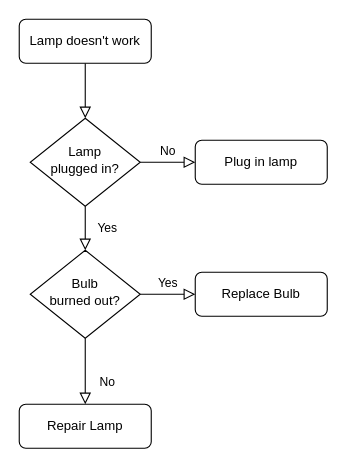
b-benedetti/Diagrama-Banco-de-Sangue keeps this draw.io diagram as Diagrama banco de sangue.drawio. Above is the earlier version. Source tidied: cells renumbered, new cells numbered last; positions are measured from the earlier drawing's top-left corner, leaving out a move shared by most shapes. Both pictures are drawn from the tidied source at 110%, with x=0, y=0 at pixel (19, 19).
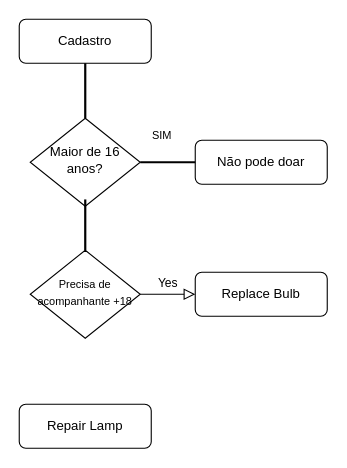
Above is the later version.

The edit, as a diff of the source:
```diff
@@
 <mxGraphModel>
   <root>
     <mxCell id="0" />
     <mxCell id="1" parent="0" />
-    <mxCell id="2" style="rounded=0;html=1;jettySize=auto;fontSize=11;endArrow=block;endFill=0;endSize=8;strokeWidth=1;shadow=0;labelBackgroundColor=none;edgeStyle=orthogonalEdgeStyle;" parent="1" edge="1" source="3" target="6">
-      <mxGeometry relative="1" as="geometry" />
-    </mxCell>
-    <mxCell id="3" value="Lamp doesn't work" style="rounded=1;whiteSpace=wrap;html=1;fontSize=12;glass=0;strokeWidth=1;shadow=0;" parent="1" vertex="1">
+    <mxCell id="3" value="Cadastro" style="rounded=1;whiteSpace=wrap;html=1;fontSize=12;glass=0;strokeWidth=1;shadow=0;" parent="1" vertex="1">
       <mxGeometry width="120" height="40" as="geometry" />
     </mxCell>
-    <mxCell id="4" value="Yes" style="rounded=0;html=1;jettySize=auto;fontSize=11;endArrow=block;endFill=0;endSize=8;strokeWidth=1;shadow=0;labelBackgroundColor=none;edgeStyle=orthogonalEdgeStyle;" parent="1" edge="1" source="6" target="10">
-      <mxGeometry y="20" relative="1" as="geometry" />
-    </mxCell>
-    <mxCell id="5" value="No" style="edgeStyle=orthogonalEdgeStyle;rounded=0;html=1;jettySize=auto;fontSize=11;endArrow=block;endFill=0;endSize=8;strokeWidth=1;shadow=0;labelBackgroundColor=none;" parent="1" edge="1" source="6" target="7">
-      <mxGeometry y="10" relative="1" as="geometry" />
-    </mxCell>
-    <mxCell id="6" value="Lamp&lt;br&gt;plugged in?" style="rhombus;whiteSpace=wrap;html=1;shadow=0;fontFamily=Helvetica;fontSize=12;align=center;strokeWidth=1;spacing=6;spacingTop=-4;" parent="1" vertex="1">
+    <mxCell id="6" value="Maior de 16 anos?" style="rhombus;whiteSpace=wrap;html=1;shadow=0;fontFamily=Helvetica;fontSize=12;align=center;strokeWidth=1;spacing=6;spacingTop=-4;" parent="1" vertex="1">
       <mxGeometry x="10" y="90" width="100" height="80" as="geometry" />
     </mxCell>
-    <mxCell id="7" value="Plug in lamp" style="rounded=1;whiteSpace=wrap;html=1;fontSize=12;glass=0;strokeWidth=1;shadow=0;" parent="1" vertex="1">
+    <mxCell id="7" value="Não pode doar" style="rounded=1;whiteSpace=wrap;html=1;fontSize=12;glass=0;strokeWidth=1;shadow=0;" parent="1" vertex="1">
       <mxGeometry x="160" y="110" width="120" height="40" as="geometry" />
     </mxCell>
-    <mxCell id="8" value="No" style="rounded=0;html=1;jettySize=auto;fontSize=11;endArrow=block;endFill=0;endSize=8;strokeWidth=1;shadow=0;labelBackgroundColor=none;edgeStyle=orthogonalEdgeStyle;" parent="1" edge="1" source="10" target="11">
-      <mxGeometry x="0.33" y="20" relative="1" as="geometry" />
-    </mxCell>
     <mxCell id="9" value="Yes" style="edgeStyle=orthogonalEdgeStyle;rounded=0;html=1;jettySize=auto;fontSize=11;endArrow=block;endFill=0;endSize=8;strokeWidth=1;shadow=0;labelBackgroundColor=none;" parent="1" edge="1" source="10" target="12">
       <mxGeometry y="10" relative="1" as="geometry" />
     </mxCell>
-    <mxCell id="10" value="Bulb&lt;br&gt;burned out?" style="rhombus;whiteSpace=wrap;html=1;shadow=0;fontFamily=Helvetica;fontSize=12;align=center;strokeWidth=1;spacing=6;spacingTop=-4;" parent="1" vertex="1">
+    <mxCell id="10" value="&lt;font style=&quot;font-size: 10px;&quot;&gt;Precisa de acompanhante +18&lt;/font&gt;" style="rhombus;whiteSpace=wrap;html=1;shadow=0;fontFamily=Helvetica;fontSize=12;align=center;strokeWidth=1;spacing=6;spacingTop=-4;" parent="1" vertex="1">
       <mxGeometry x="10" y="210" width="100" height="80" as="geometry" />
     </mxCell>
     <mxCell id="11" value="Repair Lamp" style="rounded=1;whiteSpace=wrap;html=1;fontSize=12;glass=0;strokeWidth=1;shadow=0;" parent="1" vertex="1">
       <mxGeometry y="350" width="120" height="40" as="geometry" />
     </mxCell>
     <mxCell id="12" value="Replace Bulb" style="rounded=1;whiteSpace=wrap;html=1;fontSize=12;glass=0;strokeWidth=1;shadow=0;" parent="1" vertex="1">
       <mxGeometry x="160" y="230" width="120" height="40" as="geometry" />
     </mxCell>
+    <mxCell id="13" value="SIM" style="text;html=1;strokeColor=none;fillColor=none;align=center;verticalAlign=middle;whiteSpace=wrap;rounded=0;fontSize=10;" parent="1" vertex="1">
+      <mxGeometry x="100" y="90" width="60" height="30" as="geometry" />
+    </mxCell>
+    <mxCell id="14" style="line;strokeWidth=2;html=1;fontSize=10;rotation=90;" parent="1" vertex="1">
+      <mxGeometry x="35" y="60" width="50" height="10" as="geometry" />
+    </mxCell>
+    <mxCell id="15" style="line;strokeWidth=2;html=1;fontSize=10;rotation=90;" parent="1" vertex="1">
+      <mxGeometry x="36.9" y="181.9" width="46.2" height="10" as="geometry" />
+    </mxCell>
+    <mxCell id="16" style="line;strokeWidth=2;html=1;fontSize=10;rotation=0;" parent="1" vertex="1">
+      <mxGeometry x="110" y="125" width="50" height="10" as="geometry" />
+    </mxCell>
   </root>
 </mxGraphModel>
```
